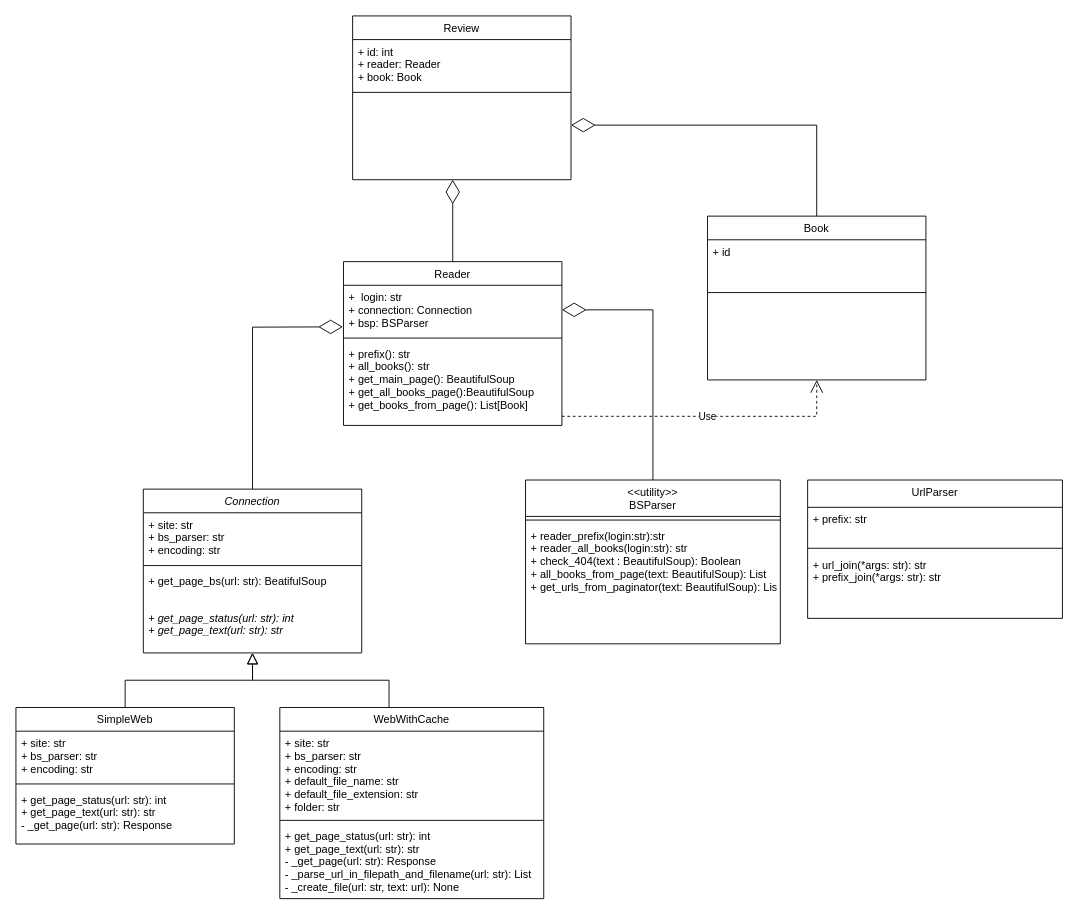
Above: uml-diagrams/connection.drawio in ElenaShargina/livelib-bot (draw.io), before the change. Source tidied: cells renumbered, new cells numbered last; positions are measured from the earlier drawing's top-left corner, leaving out a move shared by most shapes. Both pictures are drawn from the tidied source at 91%, with x=0, y=0 at pixel (15, 15).
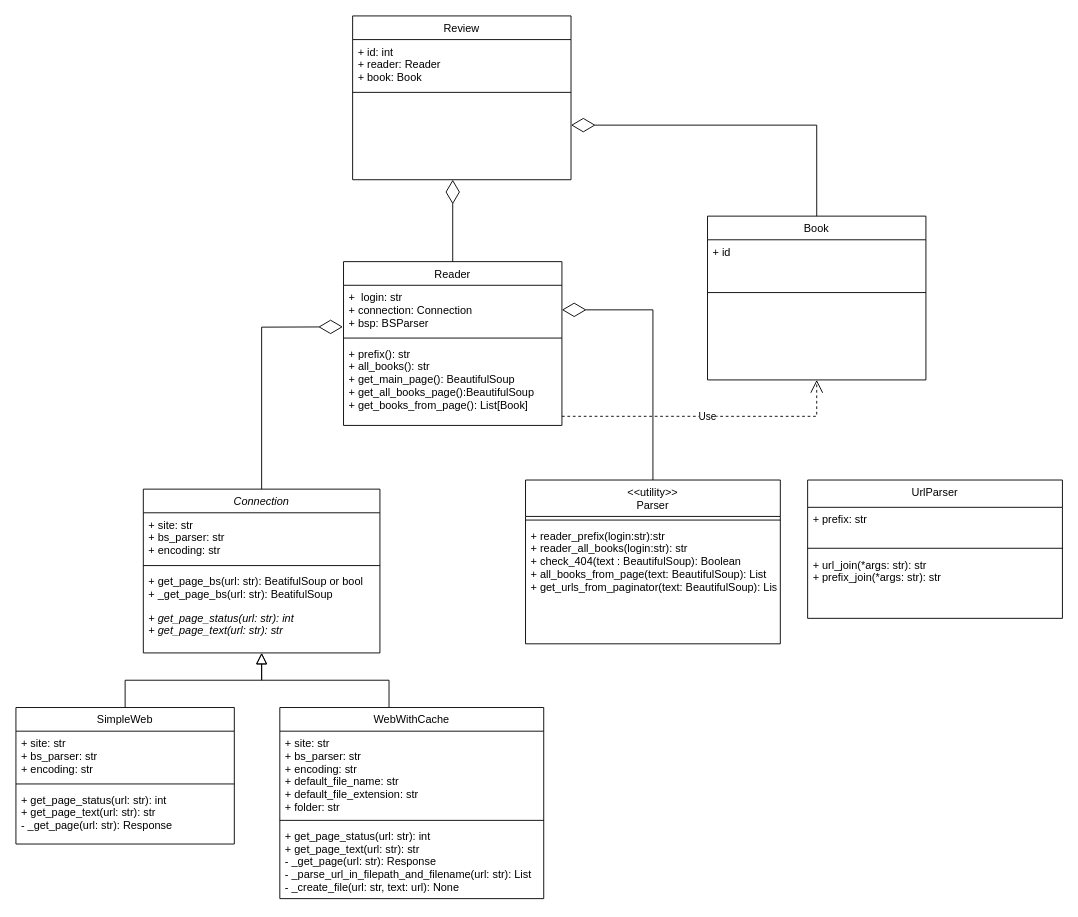
After the change.

The change refers to these unchanged cells:
```xml
<mxCell id="25" value="+  login: str&#10;+ connection: Connection&#10;+ bsp: BSParser" style="text;align=left;verticalAlign=top;spacingLeft=4;spacingRight=4;overflow=hidden;points=[[0,0.5],[1,0.5]];portConstraint=eastwest;fontStyle=0;" parent="24" vertex="1">
  <mxGeometry y="26" width="240" height="54" as="geometry" />
</mxCell>
```

What changed in the source:
```diff
@@
     <mxCell id="2" value="Connection" style="swimlane;fontStyle=2;align=center;verticalAlign=top;horizontal=1;startSize=26;rounded=0;shadow=0;strokeWidth=1;" parent="1" vertex="1">
-      <mxGeometry x="140" y="520" width="240" height="180" as="geometry" />
+      <mxGeometry x="140" y="520" width="260" height="180" as="geometry" />
     </mxCell>
     <mxCell id="3" value="+ site: str&#10;+ bs_parser: str&#10;+ encoding: str" style="text;align=left;verticalAlign=top;spacingLeft=4;spacingRight=4;overflow=hidden;fontStyle=0;" parent="2" vertex="1">
-      <mxGeometry y="26" width="240" height="54" as="geometry" />
+      <mxGeometry y="26" width="260" height="54" as="geometry" />
     </mxCell>
     <mxCell id="4" style="line;html=1;strokeWidth=1;align=left;verticalAlign=middle;spacingTop=-1;spacingLeft=3;spacingRight=3;labelPosition=right;" parent="2" vertex="1">
-      <mxGeometry y="80" width="240" height="8" as="geometry" />
+      <mxGeometry y="80" width="260" height="8" as="geometry" />
     </mxCell>
-    <mxCell id="5" value="+ get_page_bs(url: str): BeatifulSoup" style="text;align=left;verticalAlign=top;spacingLeft=4;spacingRight=4;overflow=hidden;fontStyle=0;" parent="2" vertex="1">
-      <mxGeometry y="88" width="240" height="40" as="geometry" />
+    <mxCell id="5" value="+ get_page_bs(url: str): BeatifulSoup or bool&#10;+ _get_page_bs(url: str): BeatifulSoup" style="text;align=left;verticalAlign=top;spacingLeft=4;spacingRight=4;overflow=hidden;fontStyle=0;" parent="2" vertex="1">
+      <mxGeometry y="88" width="260" height="40" as="geometry" />
     </mxCell>
     <mxCell id="6" value="+ get_page_status(url: str): int&#10;+ get_page_text(url: str): str" style="text;align=left;verticalAlign=top;spacingLeft=4;spacingRight=4;overflow=hidden;fontStyle=2;" parent="2" vertex="1">
-      <mxGeometry y="128" width="240" height="52" as="geometry" />
+      <mxGeometry y="128" width="260" height="52" as="geometry" />
     </mxCell>
@@
-    <mxCell id="17" value="&lt;&lt;utility&gt;&gt;&#10;BSParser" style="swimlane;fontStyle=0;align=center;verticalAlign=top;horizontal=1;startSize=40;rounded=0;shadow=0;strokeWidth=1;" parent="1" vertex="1">
+    <mxCell id="17" value="&lt;&lt;utility&gt;&gt;&#10;Parser" style="swimlane;fontStyle=0;align=center;verticalAlign=top;horizontal=1;startSize=40;rounded=0;shadow=0;strokeWidth=1;" parent="1" vertex="1">
       <mxGeometry x="560" y="510" width="280" height="180" as="geometry" />
     </mxCell>
@@
     <mxCell id="28" style="endArrow=diamondThin;endFill=0;endSize=24;html=1;rounded=0;entryX=-0.003;entryY=0.846;entryDx=0;entryDy=0;entryPerimeter=0;exitX=0.5;exitY=0;exitDx=0;exitDy=0;" parent="1" edge="1" source="2" target="25">
       <mxGeometry relative="1" as="geometry">
         <Array as="points">
-          <mxPoint x="260" y="342" />
+          <mxPoint x="270" y="342" />
         </Array>
       </mxGeometry>
     </mxCell>
```
